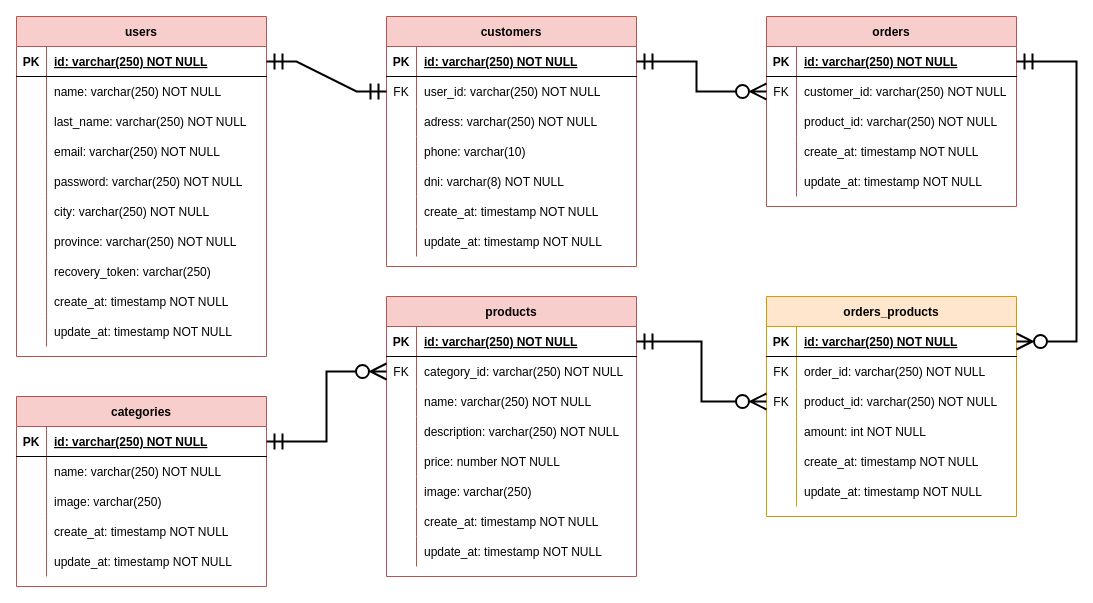
This is page "DER" (1 of 2) of docs/Diseño.drawio from AngelGabrielArevalo/AppStoreAPI, a draw.io file, before an edit. Source tidied: cells renumbered, new cells numbered last; positions are measured from the earlier drawing's top-left corner, leaving out a move shared by most shapes. Both pictures are drawn from the tidied source at 100%, with x=0, y=0 at pixel (16, 16).
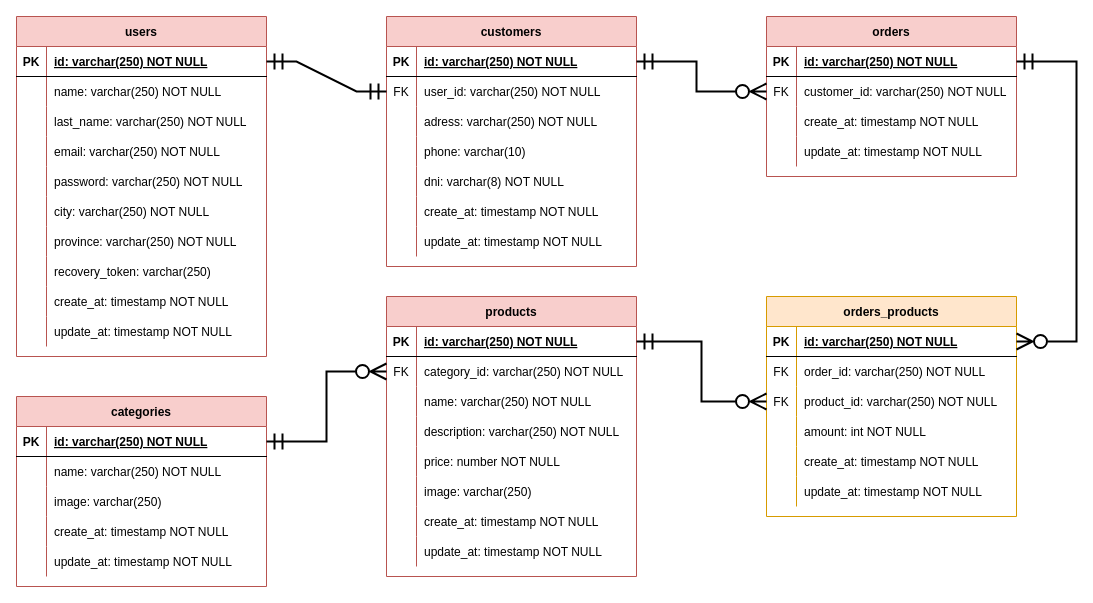
The same diagram, later.

Change to the diagram source:
```diff
@@
     <mxCell id="96" value="orders" style="shape=table;startSize=30;childLayout=tableLayout;rowLines=0;fontStyle=1;align=center;fillColor=#f8cecc;strokeColor=#b85450;" parent="1" vertex="1">
-      <mxGeometry x="750" width="250" height="190" as="geometry" />
+      <mxGeometry x="750" width="250" height="160" as="geometry" />
     </mxCell>
@@
-    <mxCell id="103" style="shape=partialRectangle;fillColor=none;top=0;left=0;right=0;bottom=0;" parent="96" vertex="1">
-      <mxGeometry y="90" width="250" height="30" as="geometry" />
-    </mxCell>
-    <mxCell id="104" style="shape=partialRectangle;overflow=hidden;fillColor=none;top=0;left=0;bottom=0;right=0;" parent="103" vertex="1">
-      <mxGeometry width="30" height="30" as="geometry" />
-    </mxCell>
-    <mxCell id="105" value="product_id: varchar(250) NOT NULL" style="shape=partialRectangle;overflow=hidden;fillColor=none;top=0;left=0;bottom=0;right=0;align=left;spacingLeft=6;" parent="103" vertex="1">
-      <mxGeometry x="30" width="220" height="30" as="geometry" />
-    </mxCell>
     <mxCell id="106" style="shape=partialRectangle;fillColor=none;top=0;left=0;right=0;bottom=0;" parent="96" vertex="1">
-      <mxGeometry y="120" width="250" height="30" as="geometry" />
+      <mxGeometry y="90" width="250" height="30" as="geometry" />
     </mxCell>
@@
     <mxCell id="109" style="shape=partialRectangle;fillColor=none;top=0;left=0;right=0;bottom=0;" parent="96" vertex="1">
-      <mxGeometry y="150" width="250" height="30" as="geometry" />
+      <mxGeometry y="120" width="250" height="30" as="geometry" />
     </mxCell>
```
